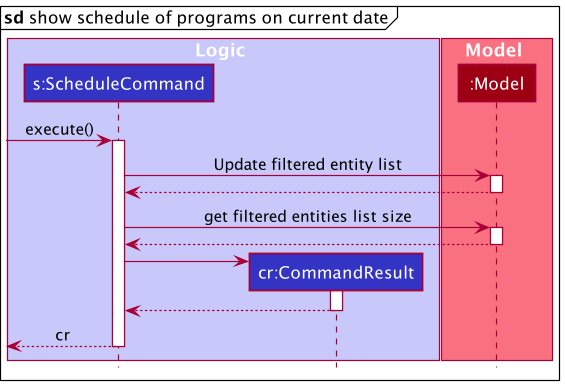
Earlier version of the PlantUML export docs/images/ScheduleSequenceDiagramSpecific.png (nus-cs2103-AY2021S2/tp).
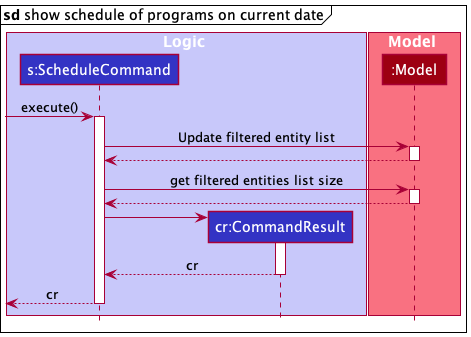
After the change.

Diff of the diagram source:
```diff
@@ -30,7 +30,7 @@
 create CommandResult
 ScheduleCommand -> CommandResult
 activate CommandResult
-CommandResult --> ScheduleCommand
+CommandResult --> ScheduleCommand : cr
 deactivate CommandResult
 
 [<-- ScheduleCommand : cr
```
